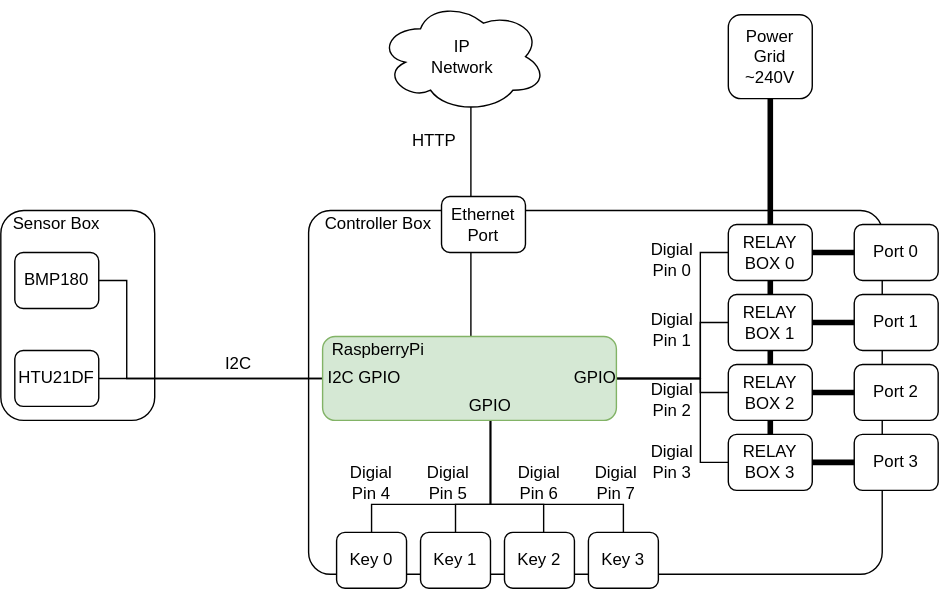
Above: rpi-powercontroller/docs/rpi-powercontroller-hardware-architecture.svg in jveverka/rpi-projects (draw.io), before the change. Source tidied: cells renumbered, new cells last; positions are measured from the earlier drawing's top-left corner, leaving out a move shared by most shapes. The source it was exported from:
```xml
<mxGraphModel>
  <root>
    <mxCell id="0" />
    <mxCell id="1" parent="0" />
    <mxCell id="2" style="rounded=1;whiteSpace=wrap;html=1;arcSize=6;" parent="1" vertex="1">
      <mxGeometry x="220" y="150" width="410" height="260" as="geometry" />
    </mxCell>
    <mxCell id="3" value="Controller Box" style="text;html=1;strokeColor=none;fillColor=none;align=center;verticalAlign=middle;whiteSpace=wrap;rounded=0;" parent="1" vertex="1">
      <mxGeometry x="220" y="150" width="100" height="20" as="geometry" />
    </mxCell>
    <mxCell id="4" style="rounded=1;whiteSpace=wrap;html=1;" parent="1" vertex="1">
      <mxGeometry y="150" width="110" height="150" as="geometry" />
    </mxCell>
    <mxCell id="5" value="Sensor Box" style="text;html=1;strokeColor=none;fillColor=none;align=center;verticalAlign=middle;whiteSpace=wrap;rounded=0;" parent="1" vertex="1">
      <mxGeometry y="150" width="80" height="20" as="geometry" />
    </mxCell>
    <mxCell id="6" style="edgeStyle=orthogonalEdgeStyle;rounded=0;jettySize=auto;html=1;entryX=0;entryY=0.5;entryDx=0;entryDy=0;endArrow=none;endFill=0;" parent="1" edge="1" source="7" target="19">
      <mxGeometry relative="1" as="geometry">
        <Array as="points">
          <mxPoint x="90" y="200" />
          <mxPoint x="90" y="270" />
        </Array>
      </mxGeometry>
    </mxCell>
    <mxCell id="7" value="BMP180" style="rounded=1;whiteSpace=wrap;html=1;" parent="1" vertex="1">
      <mxGeometry x="10" y="180" width="60" height="40" as="geometry" />
    </mxCell>
    <mxCell id="8" style="edgeStyle=orthogonalEdgeStyle;rounded=0;jettySize=auto;html=1;entryX=0;entryY=0.5;entryDx=0;entryDy=0;endArrow=none;endFill=0;" parent="1" edge="1" source="9" target="19">
      <mxGeometry relative="1" as="geometry" />
    </mxCell>
    <mxCell id="9" value="HTU21DF" style="rounded=1;whiteSpace=wrap;html=1;" parent="1" vertex="1">
      <mxGeometry x="10" y="250" width="60" height="40" as="geometry" />
    </mxCell>
    <mxCell id="10" style="edgeStyle=orthogonalEdgeStyle;rounded=0;jettySize=auto;html=1;entryX=0.55;entryY=0.95;entryDx=0;entryDy=0;entryPerimeter=0;endArrow=none;endFill=0;" parent="1" edge="1" source="19" target="22">
      <mxGeometry relative="1" as="geometry">
        <Array as="points">
          <mxPoint x="336" y="200" />
          <mxPoint x="336" y="200" />
        </Array>
      </mxGeometry>
    </mxCell>
    <mxCell id="11" style="edgeStyle=orthogonalEdgeStyle;rounded=0;jettySize=auto;html=1;entryX=0;entryY=0.5;entryDx=0;entryDy=0;endArrow=none;endFill=0;" parent="1" edge="1" source="19" target="26">
      <mxGeometry relative="1" as="geometry">
        <Array as="points">
          <mxPoint x="500" y="270" />
          <mxPoint x="500" y="180" />
        </Array>
      </mxGeometry>
    </mxCell>
    <mxCell id="12" style="edgeStyle=orthogonalEdgeStyle;rounded=0;jettySize=auto;html=1;endArrow=none;endFill=0;" parent="1" edge="1" source="19" target="29">
      <mxGeometry relative="1" as="geometry">
        <Array as="points">
          <mxPoint x="500" y="270" />
          <mxPoint x="500" y="230" />
        </Array>
      </mxGeometry>
    </mxCell>
    <mxCell id="13" style="edgeStyle=orthogonalEdgeStyle;rounded=0;jettySize=auto;html=1;entryX=0;entryY=0.5;entryDx=0;entryDy=0;endArrow=none;endFill=0;" parent="1" edge="1" source="19" target="32">
      <mxGeometry relative="1" as="geometry">
        <Array as="points">
          <mxPoint x="500" y="270" />
          <mxPoint x="500" y="280" />
        </Array>
      </mxGeometry>
    </mxCell>
    <mxCell id="14" style="edgeStyle=orthogonalEdgeStyle;rounded=0;jettySize=auto;html=1;entryX=0;entryY=0.5;entryDx=0;entryDy=0;endArrow=none;endFill=0;" parent="1" edge="1" source="19" target="34">
      <mxGeometry relative="1" as="geometry">
        <Array as="points">
          <mxPoint x="500" y="270" />
          <mxPoint x="500" y="330" />
        </Array>
      </mxGeometry>
    </mxCell>
    <mxCell id="15" style="edgeStyle=orthogonalEdgeStyle;rounded=0;jettySize=auto;html=1;entryX=0.5;entryY=0;entryDx=0;entryDy=0;endArrow=none;endFill=0;strokeWidth=1;" parent="1" edge="1" source="19" target="45">
      <mxGeometry relative="1" as="geometry">
        <Array as="points">
          <mxPoint x="350" y="360" />
          <mxPoint x="265" y="360" />
        </Array>
      </mxGeometry>
    </mxCell>
    <mxCell id="16" style="edgeStyle=orthogonalEdgeStyle;rounded=0;jettySize=auto;html=1;entryX=0.5;entryY=0;entryDx=0;entryDy=0;endArrow=none;endFill=0;strokeWidth=1;" parent="1" edge="1" source="19" target="46">
      <mxGeometry relative="1" as="geometry">
        <Array as="points">
          <mxPoint x="350" y="360" />
          <mxPoint x="325" y="360" />
        </Array>
      </mxGeometry>
    </mxCell>
    <mxCell id="17" style="edgeStyle=orthogonalEdgeStyle;rounded=0;jettySize=auto;html=1;entryX=0.56;entryY=0.017;entryDx=0;entryDy=0;entryPerimeter=0;endArrow=none;endFill=0;strokeWidth=1;" parent="1" edge="1" source="19" target="47">
      <mxGeometry relative="1" as="geometry">
        <Array as="points">
          <mxPoint x="350" y="360" />
          <mxPoint x="388" y="360" />
        </Array>
      </mxGeometry>
    </mxCell>
    <mxCell id="18" style="edgeStyle=orthogonalEdgeStyle;rounded=0;jettySize=auto;html=1;endArrow=none;endFill=0;strokeWidth=1;" parent="1" edge="1" source="19" target="48">
      <mxGeometry relative="1" as="geometry">
        <Array as="points">
          <mxPoint x="350" y="360" />
          <mxPoint x="445" y="360" />
        </Array>
      </mxGeometry>
    </mxCell>
    <mxCell id="19" style="rounded=1;whiteSpace=wrap;html=1;fillColor=#d5e8d4;strokeColor=#82b366;" parent="1" vertex="1">
      <mxGeometry x="230" y="240" width="210" height="60" as="geometry" />
    </mxCell>
    <mxCell id="20" value="I2C" style="text;html=1;strokeColor=none;fillColor=none;align=center;verticalAlign=middle;whiteSpace=wrap;rounded=0;" parent="1" vertex="1">
      <mxGeometry x="150" y="250" width="40" height="20" as="geometry" />
    </mxCell>
    <mxCell id="21" value="RaspberryPi" style="text;html=1;strokeColor=none;fillColor=none;align=center;verticalAlign=middle;whiteSpace=wrap;rounded=0;" parent="1" vertex="1">
      <mxGeometry x="225" y="240" width="90" height="20" as="geometry" />
    </mxCell>
    <mxCell id="22" value="IP&lt;br&gt;Network" style="ellipse;shape=cloud;whiteSpace=wrap;html=1;" parent="1" vertex="1">
      <mxGeometry x="270" width="120" height="80" as="geometry" />
    </mxCell>
    <mxCell id="23" value="HTTP" style="text;html=1;strokeColor=none;fillColor=none;align=center;verticalAlign=middle;whiteSpace=wrap;rounded=0;" parent="1" vertex="1">
      <mxGeometry x="290" y="90" width="40" height="20" as="geometry" />
    </mxCell>
    <mxCell id="24" style="edgeStyle=orthogonalEdgeStyle;rounded=0;jettySize=auto;html=1;endArrow=none;endFill=0;strokeWidth=4;" parent="1" edge="1" source="26" target="32">
      <mxGeometry relative="1" as="geometry" />
    </mxCell>
    <mxCell id="25" style="edgeStyle=orthogonalEdgeStyle;rounded=0;jettySize=auto;html=1;endArrow=none;endFill=0;strokeWidth=4;" parent="1" edge="1" source="26" target="41">
      <mxGeometry relative="1" as="geometry" />
    </mxCell>
    <mxCell id="26" value="RELAY &lt;br&gt;BOX 0" style="rounded=1;whiteSpace=wrap;html=1;" parent="1" vertex="1">
      <mxGeometry x="520" y="160" width="60" height="40" as="geometry" />
    </mxCell>
    <mxCell id="27" style="edgeStyle=orthogonalEdgeStyle;rounded=0;jettySize=auto;html=1;endArrow=none;endFill=0;" parent="1" edge="1" source="29" target="34">
      <mxGeometry relative="1" as="geometry" />
    </mxCell>
    <mxCell id="28" style="edgeStyle=orthogonalEdgeStyle;rounded=0;jettySize=auto;html=1;endArrow=none;endFill=0;strokeWidth=4;" parent="1" edge="1" source="29" target="42">
      <mxGeometry relative="1" as="geometry" />
    </mxCell>
    <mxCell id="29" value="RELAY &lt;br&gt;BOX 1" style="rounded=1;whiteSpace=wrap;html=1;" parent="1" vertex="1">
      <mxGeometry x="520" y="210" width="60" height="40" as="geometry" />
    </mxCell>
    <mxCell id="30" style="edgeStyle=orthogonalEdgeStyle;rounded=0;jettySize=auto;html=1;endArrow=none;endFill=0;entryX=0.5;entryY=0;entryDx=0;entryDy=0;strokeWidth=4;" parent="1" edge="1" source="32" target="34">
      <mxGeometry relative="1" as="geometry" />
    </mxCell>
    <mxCell id="31" style="edgeStyle=orthogonalEdgeStyle;rounded=0;jettySize=auto;html=1;endArrow=none;endFill=0;strokeWidth=4;" parent="1" edge="1" source="32" target="43">
      <mxGeometry relative="1" as="geometry" />
    </mxCell>
    <mxCell id="32" value="RELAY &lt;br&gt;BOX 2" style="rounded=1;whiteSpace=wrap;html=1;" parent="1" vertex="1">
      <mxGeometry x="520" y="260" width="60" height="40" as="geometry" />
    </mxCell>
    <mxCell id="33" style="edgeStyle=orthogonalEdgeStyle;rounded=0;jettySize=auto;html=1;endArrow=none;endFill=0;strokeWidth=4;" parent="1" edge="1" source="34" target="44">
      <mxGeometry relative="1" as="geometry" />
    </mxCell>
    <mxCell id="34" value="RELAY &lt;br&gt;BOX 3" style="rounded=1;whiteSpace=wrap;html=1;" parent="1" vertex="1">
      <mxGeometry x="520" y="310" width="60" height="40" as="geometry" />
    </mxCell>
    <mxCell id="35" style="edgeStyle=orthogonalEdgeStyle;rounded=0;jettySize=auto;html=1;entryX=0.5;entryY=0;entryDx=0;entryDy=0;endArrow=none;endFill=0;strokeWidth=4;" parent="1" edge="1" source="36" target="26">
      <mxGeometry relative="1" as="geometry" />
    </mxCell>
    <mxCell id="36" value="Power&lt;br&gt;Grid &lt;br&gt;~240V" style="rounded=1;whiteSpace=wrap;html=1;" parent="1" vertex="1">
      <mxGeometry x="520" y="10" width="60" height="60" as="geometry" />
    </mxCell>
    <mxCell id="37" value="Digial&lt;br&gt;Pin 0" style="text;html=1;strokeColor=none;fillColor=none;align=center;verticalAlign=middle;whiteSpace=wrap;rounded=0;" parent="1" vertex="1">
      <mxGeometry x="460" y="170" width="40" height="30" as="geometry" />
    </mxCell>
    <mxCell id="38" value="Digial&lt;br&gt;Pin 1" style="text;html=1;strokeColor=none;fillColor=none;align=center;verticalAlign=middle;whiteSpace=wrap;rounded=0;" parent="1" vertex="1">
      <mxGeometry x="460" y="220" width="40" height="30" as="geometry" />
    </mxCell>
    <mxCell id="39" value="Digial&lt;br&gt;Pin 2" style="text;html=1;strokeColor=none;fillColor=none;align=center;verticalAlign=middle;whiteSpace=wrap;rounded=0;" parent="1" vertex="1">
      <mxGeometry x="460" y="270" width="40" height="30" as="geometry" />
    </mxCell>
    <mxCell id="40" value="Digial&lt;br&gt;Pin 3" style="text;html=1;strokeColor=none;fillColor=none;align=center;verticalAlign=middle;whiteSpace=wrap;rounded=0;" parent="1" vertex="1">
      <mxGeometry x="460" y="315" width="40" height="30" as="geometry" />
    </mxCell>
    <mxCell id="41" value="Port 0" style="rounded=1;whiteSpace=wrap;html=1;" parent="1" vertex="1">
      <mxGeometry x="610" y="160" width="60" height="40" as="geometry" />
    </mxCell>
    <mxCell id="42" value="Port 1" style="rounded=1;whiteSpace=wrap;html=1;" parent="1" vertex="1">
      <mxGeometry x="610" y="210" width="60" height="40" as="geometry" />
    </mxCell>
    <mxCell id="43" value="Port 2" style="rounded=1;whiteSpace=wrap;html=1;" parent="1" vertex="1">
      <mxGeometry x="610" y="260" width="60" height="40" as="geometry" />
    </mxCell>
    <mxCell id="44" value="Port 3" style="rounded=1;whiteSpace=wrap;html=1;" parent="1" vertex="1">
      <mxGeometry x="610" y="310" width="60" height="40" as="geometry" />
    </mxCell>
    <mxCell id="45" value="Key 0" style="rounded=1;whiteSpace=wrap;html=1;" parent="1" vertex="1">
      <mxGeometry x="240" y="380" width="50" height="40" as="geometry" />
    </mxCell>
    <mxCell id="46" value="Key 1" style="rounded=1;whiteSpace=wrap;html=1;" parent="1" vertex="1">
      <mxGeometry x="300" y="380" width="50" height="40" as="geometry" />
    </mxCell>
    <mxCell id="47" value="Key 2" style="rounded=1;whiteSpace=wrap;html=1;" parent="1" vertex="1">
      <mxGeometry x="360" y="380" width="50" height="40" as="geometry" />
    </mxCell>
    <mxCell id="48" value="Key 3" style="rounded=1;whiteSpace=wrap;html=1;" parent="1" vertex="1">
      <mxGeometry x="420" y="380" width="50" height="40" as="geometry" />
    </mxCell>
    <mxCell id="49" value="Digial&lt;br&gt;Pin 4" style="text;html=1;strokeColor=none;fillColor=none;align=center;verticalAlign=middle;whiteSpace=wrap;rounded=0;" parent="1" vertex="1">
      <mxGeometry x="245" y="330" width="40" height="30" as="geometry" />
    </mxCell>
    <mxCell id="50" value="Digial&lt;br&gt;Pin 5" style="text;html=1;strokeColor=none;fillColor=none;align=center;verticalAlign=middle;whiteSpace=wrap;rounded=0;" parent="1" vertex="1">
      <mxGeometry x="300" y="330" width="40" height="30" as="geometry" />
    </mxCell>
    <mxCell id="51" value="Digial&lt;br&gt;Pin 6" style="text;html=1;strokeColor=none;fillColor=none;align=center;verticalAlign=middle;whiteSpace=wrap;rounded=0;" parent="1" vertex="1">
      <mxGeometry x="365" y="330" width="40" height="30" as="geometry" />
    </mxCell>
    <mxCell id="52" value="Digial&lt;br&gt;Pin 7" style="text;html=1;strokeColor=none;fillColor=none;align=center;verticalAlign=middle;whiteSpace=wrap;rounded=0;" parent="1" vertex="1">
      <mxGeometry x="420" y="330" width="40" height="30" as="geometry" />
    </mxCell>
    <mxCell id="53" value="Ethernet&lt;br&gt;Port" style="rounded=1;whiteSpace=wrap;html=1;" parent="1" vertex="1">
      <mxGeometry x="315" y="140" width="60" height="40" as="geometry" />
    </mxCell>
    <mxCell id="54" value="I2C GPIO" style="text;html=1;strokeColor=none;fillColor=none;align=center;verticalAlign=middle;whiteSpace=wrap;rounded=0;" parent="1" vertex="1">
      <mxGeometry x="230" y="260" width="60" height="20" as="geometry" />
    </mxCell>
    <mxCell id="55" value="GPIO" style="text;html=1;strokeColor=none;fillColor=none;align=center;verticalAlign=middle;whiteSpace=wrap;rounded=0;" parent="1" vertex="1">
      <mxGeometry x="335" y="280" width="30" height="20" as="geometry" />
    </mxCell>
    <mxCell id="56" value="GPIO" style="text;html=1;strokeColor=none;fillColor=none;align=center;verticalAlign=middle;whiteSpace=wrap;rounded=0;" parent="1" vertex="1">
      <mxGeometry x="410" y="260" width="30" height="20" as="geometry" />
    </mxCell>
  </root>
</mxGraphModel>
```
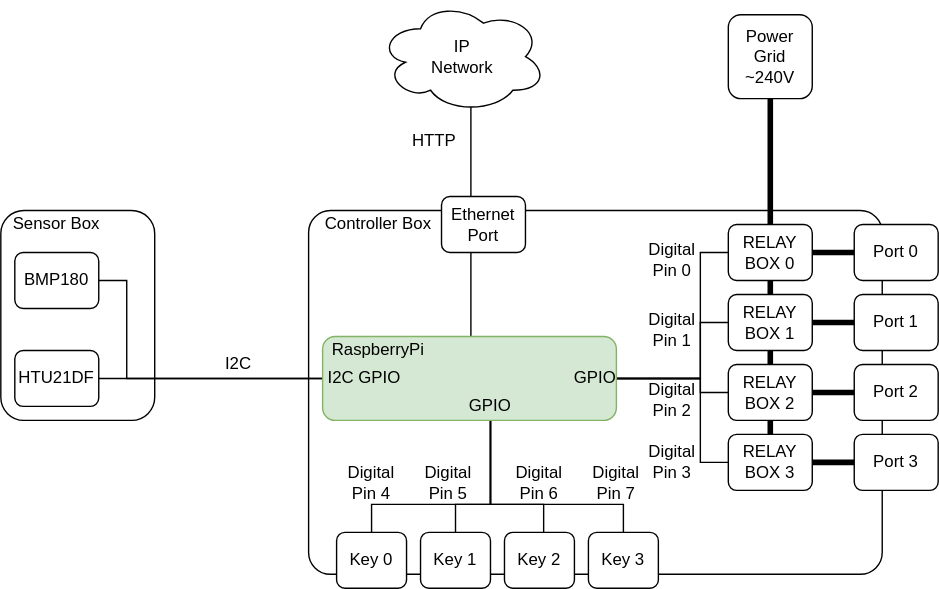
The same file after the commit.

Change to the diagram source:
```diff
@@ -157,16 +157,16 @@
     <mxCell id="36" value="Power&lt;br&gt;Grid &lt;br&gt;~240V" style="rounded=1;whiteSpace=wrap;html=1;" parent="1" vertex="1">
       <mxGeometry x="520" y="10" width="60" height="60" as="geometry" />
     </mxCell>
-    <mxCell id="37" value="Digial&lt;br&gt;Pin 0" style="text;html=1;strokeColor=none;fillColor=none;align=center;verticalAlign=middle;whiteSpace=wrap;rounded=0;" parent="1" vertex="1">
+    <mxCell id="37" value="Digital&lt;br&gt;Pin 0" style="text;html=1;strokeColor=none;fillColor=none;align=center;verticalAlign=middle;whiteSpace=wrap;rounded=0;" parent="1" vertex="1">
       <mxGeometry x="460" y="170" width="40" height="30" as="geometry" />
     </mxCell>
-    <mxCell id="38" value="Digial&lt;br&gt;Pin 1" style="text;html=1;strokeColor=none;fillColor=none;align=center;verticalAlign=middle;whiteSpace=wrap;rounded=0;" parent="1" vertex="1">
+    <mxCell id="38" value="Digital&lt;br&gt;Pin 1" style="text;html=1;strokeColor=none;fillColor=none;align=center;verticalAlign=middle;whiteSpace=wrap;rounded=0;" parent="1" vertex="1">
       <mxGeometry x="460" y="220" width="40" height="30" as="geometry" />
     </mxCell>
-    <mxCell id="39" value="Digial&lt;br&gt;Pin 2" style="text;html=1;strokeColor=none;fillColor=none;align=center;verticalAlign=middle;whiteSpace=wrap;rounded=0;" parent="1" vertex="1">
+    <mxCell id="39" value="Digital&lt;br&gt;Pin 2" style="text;html=1;strokeColor=none;fillColor=none;align=center;verticalAlign=middle;whiteSpace=wrap;rounded=0;" parent="1" vertex="1">
       <mxGeometry x="460" y="270" width="40" height="30" as="geometry" />
     </mxCell>
-    <mxCell id="40" value="Digial&lt;br&gt;Pin 3" style="text;html=1;strokeColor=none;fillColor=none;align=center;verticalAlign=middle;whiteSpace=wrap;rounded=0;" parent="1" vertex="1">
+    <mxCell id="40" value="Digital&lt;br&gt;Pin 3" style="text;html=1;strokeColor=none;fillColor=none;align=center;verticalAlign=middle;whiteSpace=wrap;rounded=0;" parent="1" vertex="1">
       <mxGeometry x="460" y="315" width="40" height="30" as="geometry" />
     </mxCell>
     <mxCell id="41" value="Port 0" style="rounded=1;whiteSpace=wrap;html=1;" parent="1" vertex="1">
@@ -193,16 +193,16 @@
     <mxCell id="48" value="Key 3" style="rounded=1;whiteSpace=wrap;html=1;" parent="1" vertex="1">
       <mxGeometry x="420" y="380" width="50" height="40" as="geometry" />
     </mxCell>
-    <mxCell id="49" value="Digial&lt;br&gt;Pin 4" style="text;html=1;strokeColor=none;fillColor=none;align=center;verticalAlign=middle;whiteSpace=wrap;rounded=0;" parent="1" vertex="1">
+    <mxCell id="49" value="Digital&lt;br&gt;Pin 4" style="text;html=1;strokeColor=none;fillColor=none;align=center;verticalAlign=middle;whiteSpace=wrap;rounded=0;" parent="1" vertex="1">
       <mxGeometry x="245" y="330" width="40" height="30" as="geometry" />
     </mxCell>
-    <mxCell id="50" value="Digial&lt;br&gt;Pin 5" style="text;html=1;strokeColor=none;fillColor=none;align=center;verticalAlign=middle;whiteSpace=wrap;rounded=0;" parent="1" vertex="1">
+    <mxCell id="50" value="Digital&lt;br&gt;Pin 5" style="text;html=1;strokeColor=none;fillColor=none;align=center;verticalAlign=middle;whiteSpace=wrap;rounded=0;" parent="1" vertex="1">
       <mxGeometry x="300" y="330" width="40" height="30" as="geometry" />
     </mxCell>
-    <mxCell id="51" value="Digial&lt;br&gt;Pin 6" style="text;html=1;strokeColor=none;fillColor=none;align=center;verticalAlign=middle;whiteSpace=wrap;rounded=0;" parent="1" vertex="1">
+    <mxCell id="51" value="Digital&lt;br&gt;Pin 6" style="text;html=1;strokeColor=none;fillColor=none;align=center;verticalAlign=middle;whiteSpace=wrap;rounded=0;" parent="1" vertex="1">
       <mxGeometry x="365" y="330" width="40" height="30" as="geometry" />
     </mxCell>
-    <mxCell id="52" value="Digial&lt;br&gt;Pin 7" style="text;html=1;strokeColor=none;fillColor=none;align=center;verticalAlign=middle;whiteSpace=wrap;rounded=0;" parent="1" vertex="1">
+    <mxCell id="52" value="Digital&lt;br&gt;Pin 7" style="text;html=1;strokeColor=none;fillColor=none;align=center;verticalAlign=middle;whiteSpace=wrap;rounded=0;" parent="1" vertex="1">
       <mxGeometry x="420" y="330" width="40" height="30" as="geometry" />
     </mxCell>
     <mxCell id="53" value="Ethernet&lt;br&gt;Port" style="rounded=1;whiteSpace=wrap;html=1;" parent="1" vertex="1">
```
